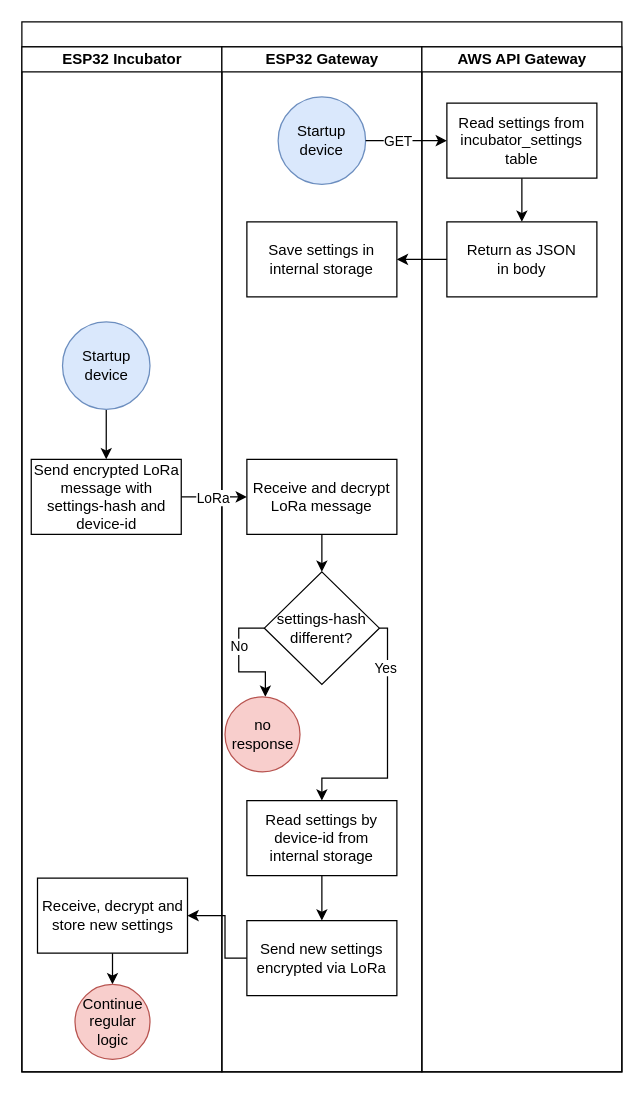
goblingift/DrawIO keeps this draw.io diagram as settings_read_update_incubator_gateway.drawio. Above is the earlier version. Source tidied: cells renumbered, new cells numbered last; positions are measured from the earlier drawing's top-left corner, leaving out a move shared by most shapes. Both pictures are drawn from the tidied source at 125%, with x=0, y=0 at pixel (21, 21).
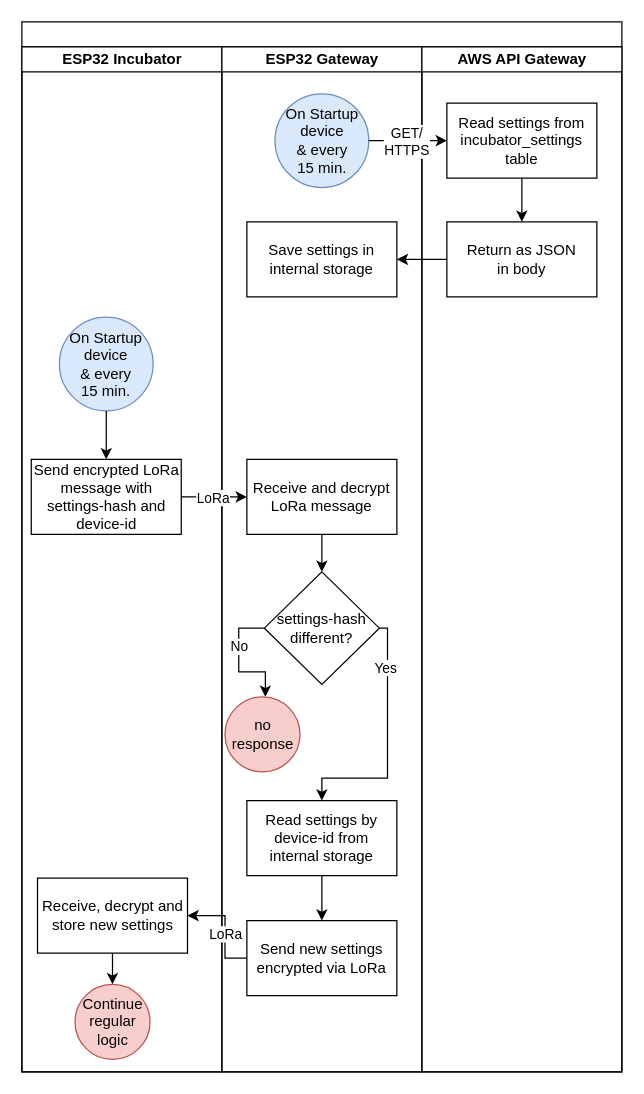
Above is the later version.

The change refers to these unchanged cells:
```xml
<mxCell id="2" style="swimlane;html=1;startSize=20;rounded=0;shadow=0;labelBackgroundColor=none;strokeWidth=1;fontFamily=Verdana;fontSize=8;align=center;" parent="1" vertex="1">
  <mxGeometry width="480" height="840" as="geometry" />
</mxCell>
<mxCell id="3" value="ESP32 Incubator" style="swimlane;html=1;startSize=20;" parent="2" vertex="1">
  <mxGeometry y="20" width="160" height="820" as="geometry" />
</mxCell>
<mxCell id="4" value="ESP32 Gateway" style="swimlane;html=1;startSize=20;" parent="2" vertex="1">
  <mxGeometry x="160" y="20" width="160" height="820" as="geometry" />
</mxCell>
<mxCell id="16" style="edgeStyle=orthogonalEdgeStyle;rounded=0;jettySize=auto;html=1;" parent="4" edge="1" source="23" target="19">
  <mxGeometry relative="1" as="geometry">
    <Array as="points">
      <mxPoint x="2.5" y="729" />
      <mxPoint x="2.5" y="695" />
    </Array>
  </mxGeometry>
</mxCell>
<mxCell id="18" value="Send encrypted LoRa message with settings-hash and device-id" style="whiteSpace=wrap;html=1;" parent="4" vertex="1">
  <mxGeometry x="-152.5" y="330" width="120" height="60" as="geometry" />
</mxCell>
<mxCell id="30" style="edgeStyle=orthogonalEdgeStyle;rounded=0;jettySize=auto;html=1;entryX=0;entryY=0.5;entryDx=0;entryDy=0;" parent="2" edge="1" source="5" target="28">
  <mxGeometry relative="1" as="geometry" />
</mxCell>
```

What changed in the source:
```diff
@@
+    <mxCell id="17" value="On Startup&lt;div&gt;device&lt;/div&gt;&lt;div&gt;&amp;amp; every&lt;/div&gt;&lt;div&gt;15 min.&lt;/div&gt;" style="ellipse;whiteSpace=wrap;html=1;fillColor=#dae8fc;strokeColor=#6c8ebf;" parent="3" vertex="1">
+      <mxGeometry x="30" y="216.2" width="75" height="75" as="geometry" />
+    </mxCell>
@@
-    <mxCell id="5" value="Startup&lt;div&gt;device&lt;/div&gt;" style="ellipse;whiteSpace=wrap;html=1;fillColor=#dae8fc;strokeColor=#6c8ebf;" parent="4" vertex="1">
-      <mxGeometry x="45" y="40" width="70" height="70" as="geometry" />
+    <mxCell id="5" value="On Startup&lt;div&gt;device&lt;/div&gt;&lt;div&gt;&amp;amp; every&lt;/div&gt;&lt;div&gt;15 min.&lt;/div&gt;" style="ellipse;whiteSpace=wrap;html=1;fillColor=#dae8fc;strokeColor=#6c8ebf;" parent="4" vertex="1">
+      <mxGeometry x="42.5" y="37.5" width="75" height="75" as="geometry" />
     </mxCell>
@@
-    <mxCell id="7" style="edgeStyle=orthogonalEdgeStyle;rounded=0;jettySize=auto;html=1;" parent="4" edge="1" source="17" target="18">
-      <mxGeometry relative="1" as="geometry" />
-    </mxCell>
@@
-    <mxCell id="17" value="Startup&lt;div&gt;device&lt;/div&gt;" style="ellipse;whiteSpace=wrap;html=1;fillColor=#dae8fc;strokeColor=#6c8ebf;" parent="4" vertex="1">
-      <mxGeometry x="-127.5" y="220" width="70" height="70" as="geometry" />
-    </mxCell>
+    <mxCell id="33" value="LoRa" style="edgeLabel;html=1;align=center;verticalAlign=middle;" parent="16" vertex="1">
+      <mxGeometry x="-0.1" relative="1" as="geometry" />
+    </mxCell>
@@
-    <mxCell id="31" value="GET" style="edgeLabel;html=1;align=center;verticalAlign=middle;" parent="30" vertex="1">
+    <mxCell id="31" value="GET/&lt;div&gt;HTTPS&lt;/div&gt;" style="edgeLabel;html=1;align=center;verticalAlign=middle;" parent="30" vertex="1">
       <mxGeometry x="-0.44" y="2" relative="1" as="geometry">
-        <mxPoint x="7" y="2" as="offset" />
+        <mxPoint x="12" y="2" as="offset" />
       </mxGeometry>
     </mxCell>
@@
+    <mxCell id="7" style="edgeStyle=orthogonalEdgeStyle;rounded=0;jettySize=auto;html=1;" parent="2" edge="1" source="17" target="18">
+      <mxGeometry relative="1" as="geometry" />
+    </mxCell>
```
